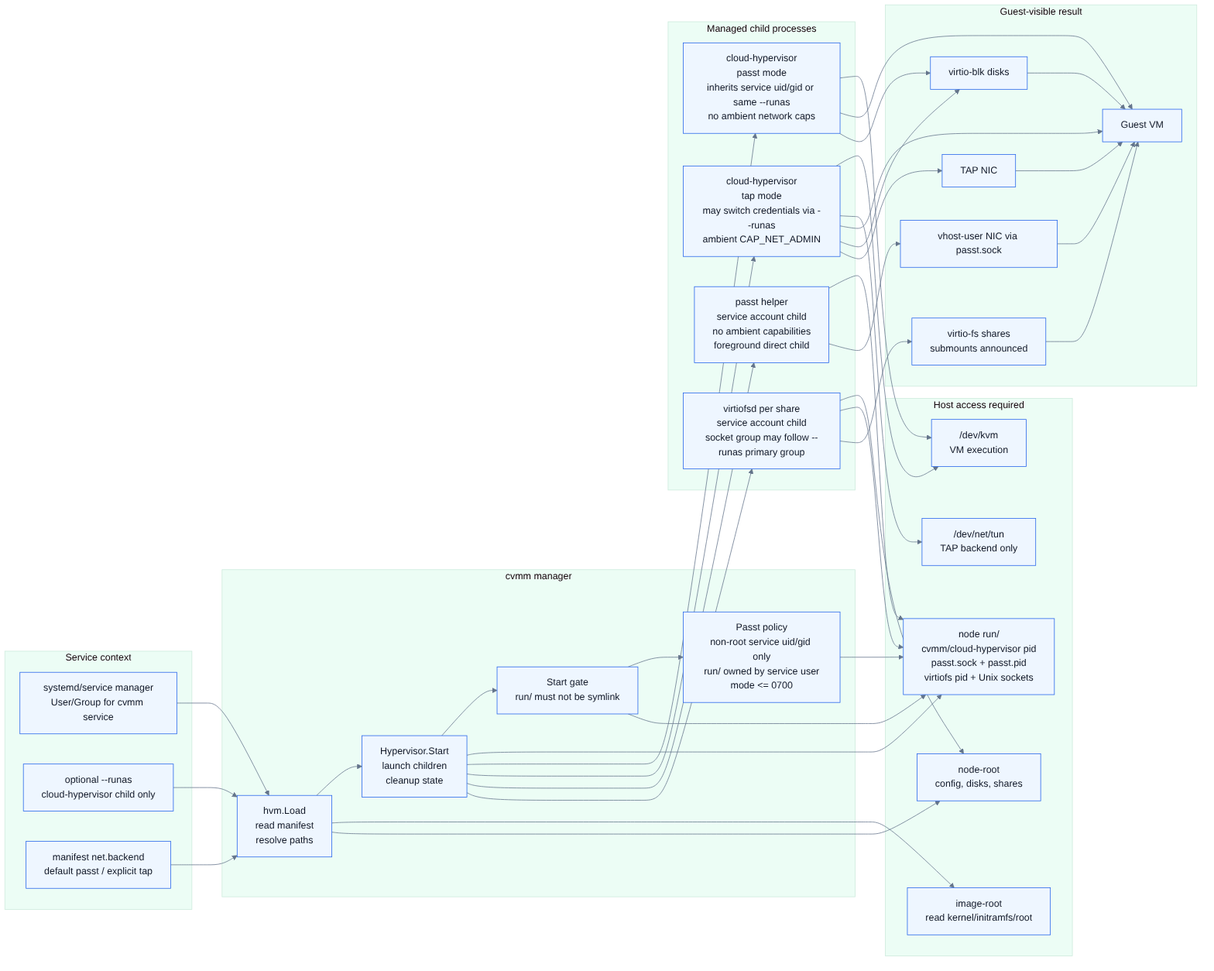
Above: docs/diagrams/runtime-permissions.png in spi-ca/cvmm (Mermaid), before the change. Its source is kept beside it as docs/diagrams/runtime-permissions.mmd.
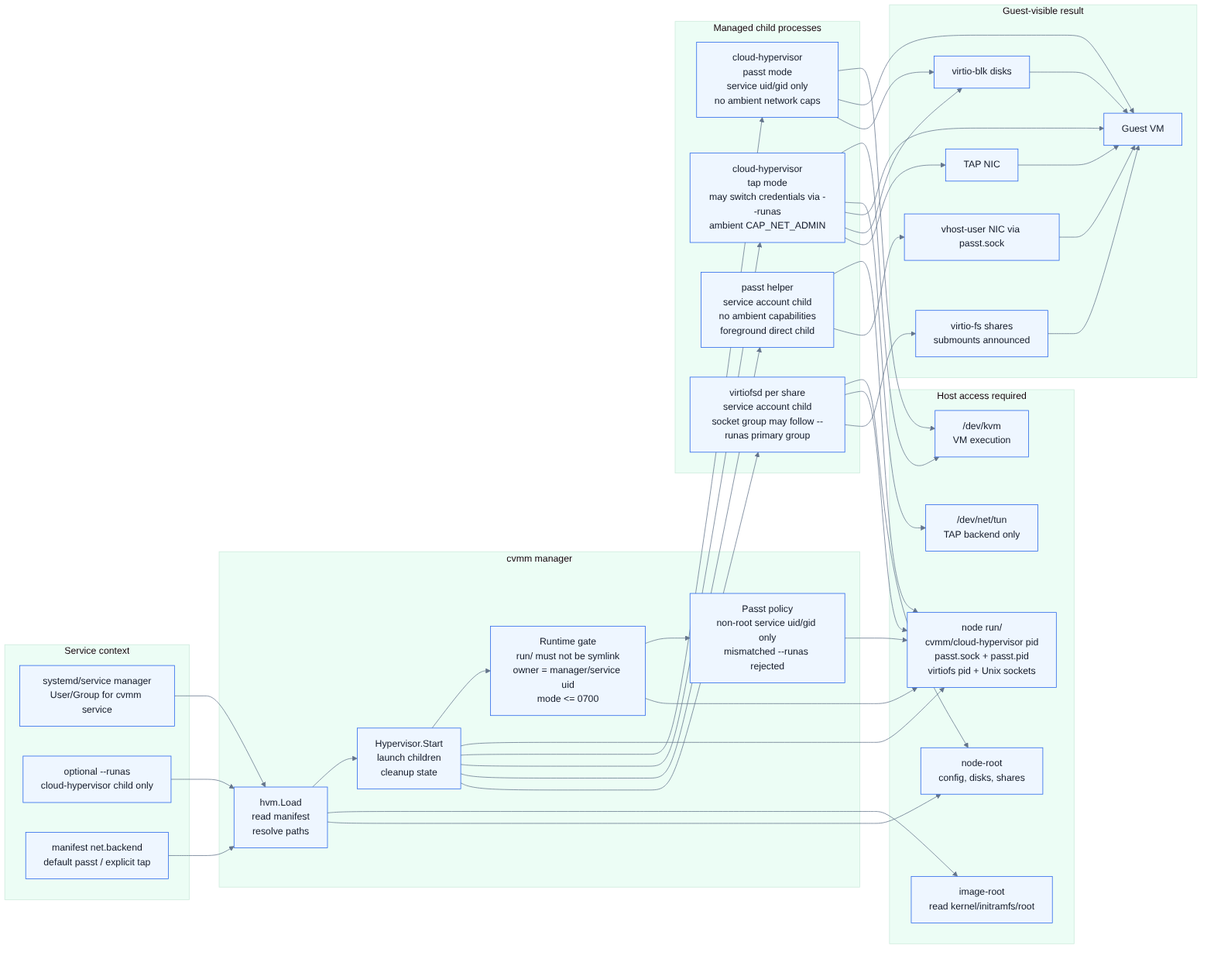
The same file after the commit.

What changed in the source:
```diff
@@ -8,8 +8,8 @@
     subgraph cvmm["cvmm manager"]
         load["hvm.Load\nread manifest\nresolve paths"]
         start["Hypervisor.Start\nlaunch children\ncleanup state"]
-        runtimeGate["Start gate\nrun/ must not be symlink"]
-        policy["Passt policy\nnon-root service uid/gid only\nrun/ owned by service user\nmode <= 0700"]
+        runtimeGate["Runtime gate\nrun/ must not be symlink\nowner = manager/service uid\nmode <= 0700"]
+        policy["Passt policy\nnon-root service uid/gid only\nmismatched --runas rejected"]
     end
 
     subgraph host["Host access required"]
@@ -21,7 +21,7 @@
     end
 
     subgraph children["Managed child processes"]
-        chPasst["cloud-hypervisor\npasst mode\ninherits service uid/gid or same --runas\nno ambient network caps"]
+        chPasst["cloud-hypervisor\npasst mode\nservice uid/gid only\nno ambient network caps"]
         chTap["cloud-hypervisor\ntap mode\nmay switch credentials via --runas\nambient CAP_NET_ADMIN"]
         passt["passt helper\nservice account child\nno ambient capabilities\nforeground direct child"]
         vfs["virtiofsd per share\nservice account child\nsocket group may follow --runas primary group"]
```
